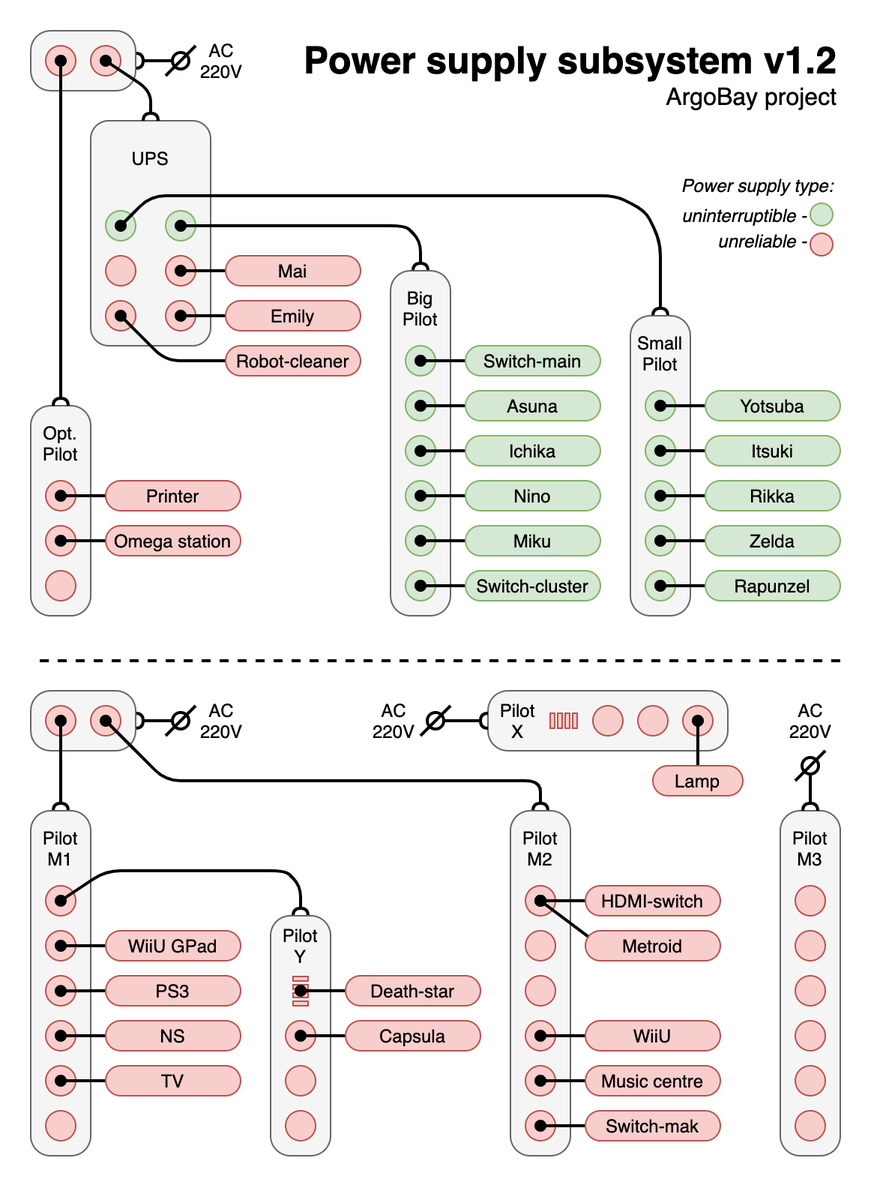
Above: docs/schemes/PSU.png in SnipGhost/argobay-ansible (draw.io), before the change. Source tidied: cells renumbered, new cells last; positions are measured from the earlier drawing's top-left corner, leaving out a move shared by most shapes.
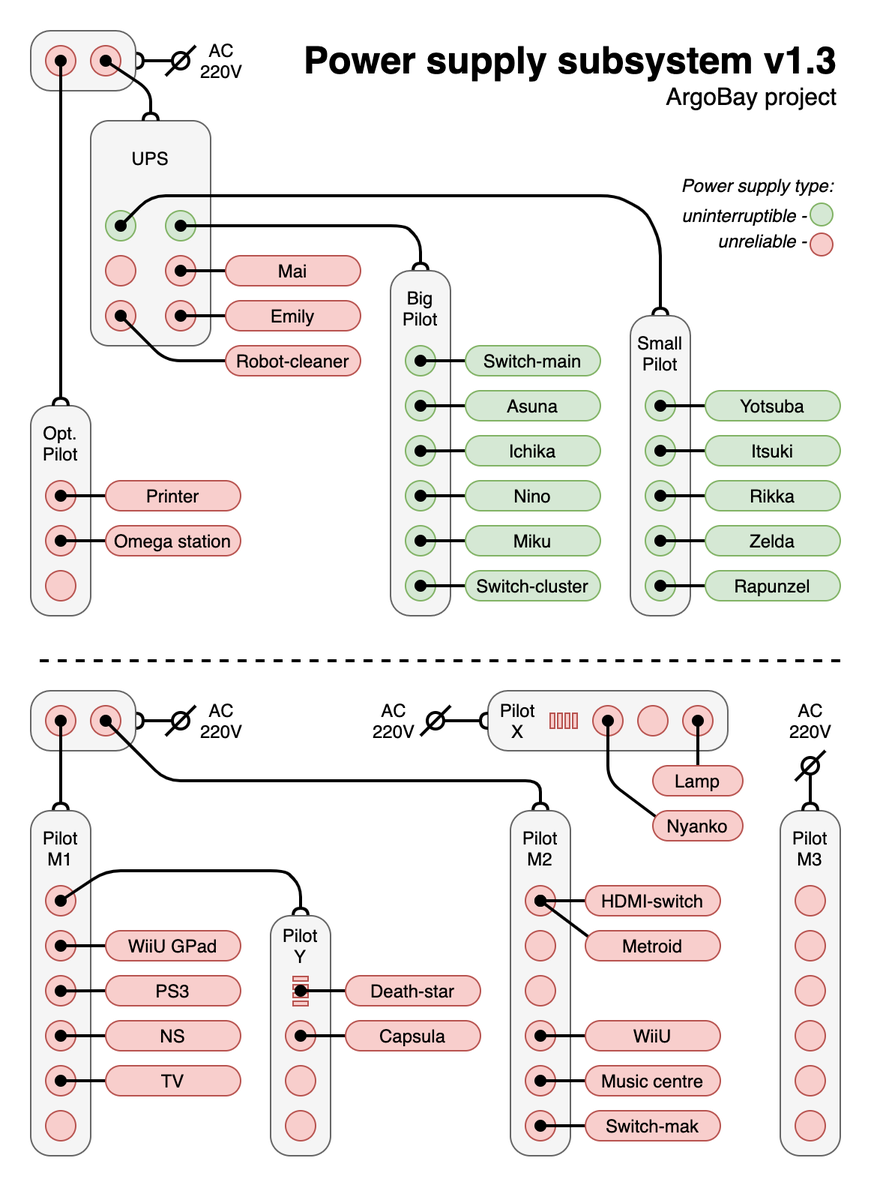
The same file after the commit.

Commit message:
Add Nyanko to PSU scheme

Diff of the diagram source:
```diff
@@ -231,7 +231,7 @@
     <mxCell id="70" value="Robot-cleaner" style="rounded=1;whiteSpace=wrap;html=1;arcSize=50;fillColor=#f8cecc;strokeColor=#b85450;" parent="1" vertex="1">
       <mxGeometry x="130" y="210" width="90" height="20" as="geometry" />
     </mxCell>
-    <mxCell id="71" value="&lt;span style=&quot;text-align: center ; font-size: 25px&quot;&gt;&lt;b&gt;Power supply subsystem v1.2&lt;/b&gt;&lt;/span&gt;&lt;br style=&quot;text-align: center&quot;&gt;&lt;div&gt;&lt;font style=&quot;font-size: 16px&quot;&gt;ArgoBay project&lt;/font&gt;&lt;/div&gt;" style="text;html=1;strokeColor=none;fillColor=none;align=right;verticalAlign=middle;whiteSpace=wrap;rounded=0;dashed=1;" parent="1" vertex="1">
+    <mxCell id="71" value="&lt;span style=&quot;text-align: center ; font-size: 25px&quot;&gt;&lt;b&gt;Power supply subsystem v1.3&lt;/b&gt;&lt;/span&gt;&lt;br style=&quot;text-align: center&quot;&gt;&lt;div&gt;&lt;font style=&quot;font-size: 16px&quot;&gt;ArgoBay project&lt;/font&gt;&lt;/div&gt;" style="text;html=1;strokeColor=none;fillColor=none;align=right;verticalAlign=middle;whiteSpace=wrap;rounded=0;dashed=1;" parent="1" vertex="1">
       <mxGeometry x="180" width="360" height="60" as="geometry" />
     </mxCell>
     <mxCell id="72" style="edgeStyle=none;rounded=1;orthogonalLoop=1;jettySize=auto;html=1;endArrow=none;endFill=0;strokeWidth=2;" parent="1" edge="1">
@@ -452,9 +452,6 @@
     <mxCell id="136" value="Pilot&lt;br&gt;X" style="text;html=1;strokeColor=none;fillColor=none;align=center;verticalAlign=middle;whiteSpace=wrap;rounded=0;rotation=0;" parent="134" vertex="1">
       <mxGeometry x="-55" y="65" width="30" height="30" as="geometry" />
     </mxCell>
-    <mxCell id="137" style="ellipse;whiteSpace=wrap;html=1;fillColor=#f8cecc;strokeColor=#b85450;rotation=-90;" parent="134" vertex="1">
-      <mxGeometry x="10" y="70" width="20" height="20" as="geometry" />
-    </mxCell>
     <mxCell id="138" style="ellipse;whiteSpace=wrap;html=1;fillColor=#f8cecc;strokeColor=#b85450;rotation=-90;" parent="134" vertex="1">
       <mxGeometry x="40" y="70" width="20" height="20" as="geometry" />
     </mxCell>
@@ -541,5 +538,18 @@
     <mxCell id="160" value="AC&lt;br&gt;220V" style="text;html=1;strokeColor=none;fillColor=none;align=center;verticalAlign=middle;whiteSpace=wrap;rounded=0;" parent="1" vertex="1">
       <mxGeometry x="503.8" y="440" width="32.5" height="40" as="geometry" />
     </mxCell>
+    <mxCell id="137" style="ellipse;whiteSpace=wrap;html=1;fillColor=#f8cecc;strokeColor=#b85450;rotation=-90;" parent="1" vertex="1">
+      <mxGeometry x="375" y="450" width="20" height="20" as="geometry" />
+    </mxCell>
+    <mxCell id="161" style="edgeStyle=none;rounded=1;jettySize=auto;html=1;startArrow=none;startFill=0;endArrow=oval;endFill=1;startSize=2;endSize=6;strokeWidth=2;entryX=0.5;entryY=0.5;entryDx=0;entryDy=0;entryPerimeter=0;exitX=0.167;exitY=0.5;exitDx=0;exitDy=0;exitPerimeter=0;" parent="1" edge="1" source="162" target="137">
+      <mxGeometry relative="1" as="geometry">
+        <Array as="points">
+          <mxPoint x="385" y="500" />
+        </Array>
+      </mxGeometry>
+    </mxCell>
+    <mxCell id="162" value="Nyanko" style="rounded=1;whiteSpace=wrap;html=1;arcSize=50;fillColor=#f8cecc;strokeColor=#b85450;" parent="1" vertex="1">
+      <mxGeometry x="415" y="520" width="60" height="20" as="geometry" />
+    </mxCell>
   </root>
 </mxGraphModel>
```
